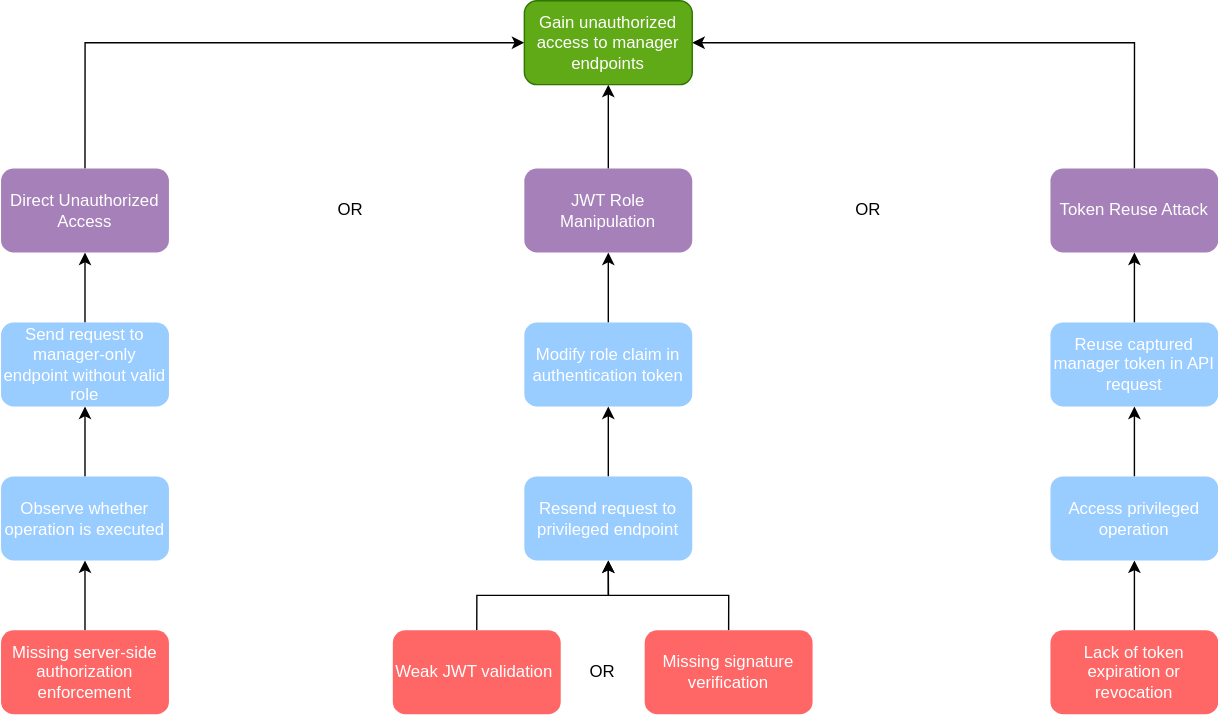
The draw.io diagram docs/attack-trees/joao1220663/svg/Broken_Authorization_Product_Attack_Tree.drawio.svg in mei-desofs/desofs2026-thu_crr_1, before a commit. Source tidied: cells renumbered, new cells last; positions are measured from the earlier drawing's top-left corner, leaving out a move shared by most shapes.
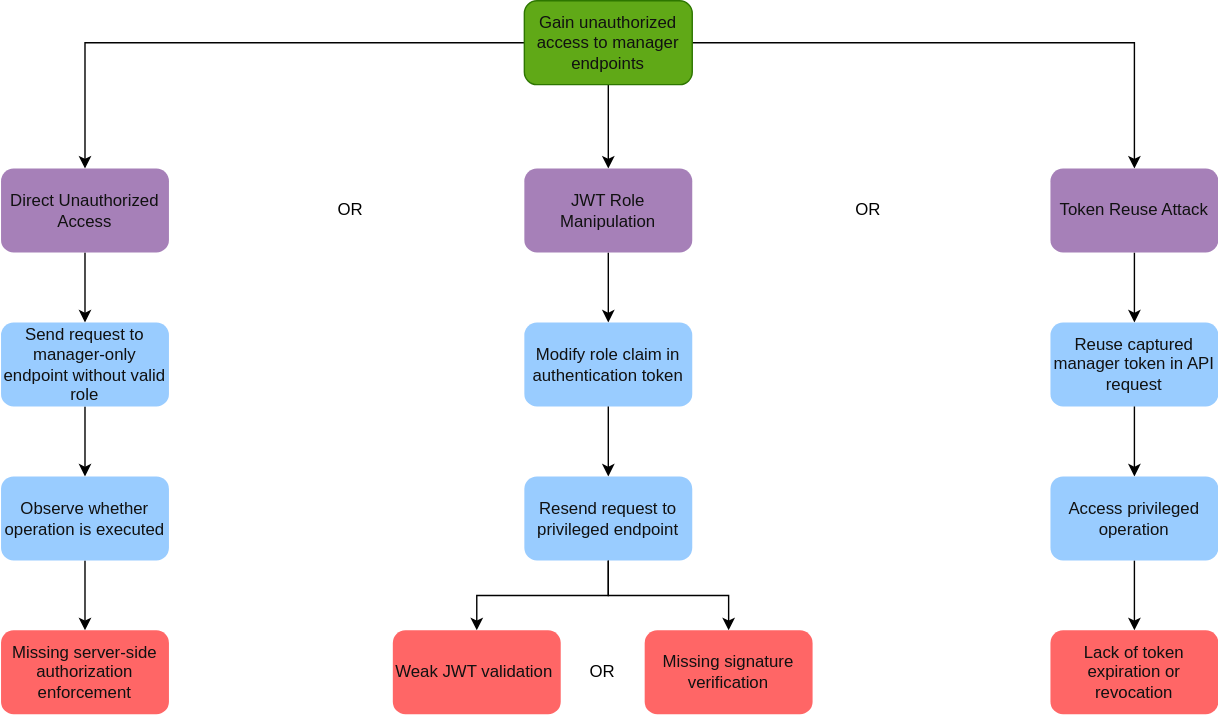
Later version of the same file.

Change to the diagram source:
```diff
@@ -2,70 +2,68 @@
   <root>
     <mxCell id="0" />
     <mxCell id="1" parent="0" />
-    <mxCell id="2" style="edgeStyle=orthogonalEdgeStyle;rounded=0;jettySize=auto;html=1;exitX=0.5;exitY=0;exitDx=0;exitDy=0;entryX=0;entryY=0.5;entryDx=0;entryDy=0;" parent="1" edge="1" source="10" target="9">
+    <mxCell id="2" style="edgeStyle=orthogonalEdgeStyle;rounded=0;jettySize=auto;html=1;exitX=0;exitY=0.5;exitDx=0;exitDy=0;entryX=0.5;entryY=0;entryDx=0;entryDy=0;" parent="1" edge="1" source="9" target="10">
       <mxGeometry relative="1" as="geometry">
         <Array as="points">
           <mxPoint x="60" y="30" />
         </Array>
       </mxGeometry>
     </mxCell>
-    <mxCell id="3" style="edgeStyle=orthogonalEdgeStyle;rounded=0;jettySize=auto;html=1;exitX=0.5;exitY=0;exitDx=0;exitDy=0;entryX=0.5;entryY=1;entryDx=0;entryDy=0;" parent="1" edge="1" source="11" target="9">
+    <mxCell id="3" style="edgeStyle=orthogonalEdgeStyle;rounded=0;jettySize=auto;html=1;exitX=0.5;exitY=1;exitDx=0;exitDy=0;entryX=0.5;entryY=0;entryDx=0;entryDy=0;" parent="1" edge="1" source="9" target="11">
       <mxGeometry relative="1" as="geometry" />
     </mxCell>
-    <mxCell id="4" style="edgeStyle=orthogonalEdgeStyle;rounded=0;jettySize=auto;html=1;exitX=0.5;exitY=0;exitDx=0;exitDy=0;entryX=1;entryY=0.5;entryDx=0;entryDy=0;" parent="1" edge="1" source="12" target="9">
+    <mxCell id="4" style="edgeStyle=orthogonalEdgeStyle;rounded=0;jettySize=auto;html=1;exitX=1;exitY=0.5;exitDx=0;exitDy=0;entryX=0.5;entryY=0;entryDx=0;entryDy=0;" parent="1" edge="1" source="9" target="12">
       <mxGeometry relative="1" as="geometry" />
     </mxCell>
-    <mxCell id="5" style="edgeStyle=orthogonalEdgeStyle;rounded=0;jettySize=auto;html=1;exitX=0.5;exitY=0;exitDx=0;exitDy=0;" parent="1" edge="1" source="13">
-      <mxGeometry relative="1" as="geometry">
-        <mxPoint x="60" y="180" as="targetPoint" />
-      </mxGeometry>
+    <mxCell id="5" style="edgeStyle=orthogonalEdgeStyle;rounded=0;jettySize=auto;html=1;exitX=0.5;exitY=1;exitDx=0;exitDy=0;entryX=0.5;entryY=0;entryDx=0;entryDy=0;" parent="1" edge="1" source="10" target="13">
+      <mxGeometry relative="1" as="geometry" />
     </mxCell>
-    <mxCell id="6" style="edgeStyle=orthogonalEdgeStyle;rounded=0;jettySize=auto;html=1;exitX=0.5;exitY=0;exitDx=0;exitDy=0;entryX=0.5;entryY=1;entryDx=0;entryDy=0;" parent="1" edge="1" source="24" target="13">
+    <mxCell id="6" style="edgeStyle=orthogonalEdgeStyle;rounded=0;jettySize=auto;html=1;exitX=0.5;exitY=1;exitDx=0;exitDy=0;entryX=0.5;entryY=0;entryDx=0;entryDy=0;" parent="1" edge="1" source="13" target="24">
       <mxGeometry relative="1" as="geometry" />
     </mxCell>
-    <mxCell id="7" style="edgeStyle=orthogonalEdgeStyle;rounded=0;jettySize=auto;html=1;exitX=0.5;exitY=0;exitDx=0;exitDy=0;entryX=0.5;entryY=1;entryDx=0;entryDy=0;" parent="1" edge="1" source="14" target="11">
+    <mxCell id="7" style="edgeStyle=orthogonalEdgeStyle;rounded=0;jettySize=auto;html=1;exitX=0.5;exitY=1;exitDx=0;exitDy=0;entryX=0.5;entryY=0;entryDx=0;entryDy=0;" parent="1" edge="1" source="11" target="14">
       <mxGeometry relative="1" as="geometry" />
     </mxCell>
-    <mxCell id="8" style="edgeStyle=orthogonalEdgeStyle;rounded=0;jettySize=auto;html=1;exitX=0.5;exitY=0;exitDx=0;exitDy=0;entryX=0.5;entryY=1;entryDx=0;entryDy=0;" parent="1" edge="1" source="15" target="12">
+    <mxCell id="8" style="edgeStyle=orthogonalEdgeStyle;rounded=0;jettySize=auto;html=1;exitX=0.5;exitY=1;exitDx=0;exitDy=0;entryX=0.5;entryY=0;entryDx=0;entryDy=0;" parent="1" edge="1" source="12" target="15">
       <mxGeometry relative="1" as="geometry" />
     </mxCell>
-    <mxCell id="9" value="Gain unauthorized access to manager endpoints" style="rounded=1;whiteSpace=wrap;html=1;fillColor=#60a917;strokeColor=#2D7600;fontColor=#ffffff;" parent="1" vertex="1">
+    <mxCell id="9" value="Gain unauthorized access to manager endpoints" style="rounded=1;whiteSpace=wrap;html=1;fillColor=#60a917;strokeColor=#2D7600;fontColor=#111111;" parent="1" vertex="1">
       <mxGeometry x="374" width="120" height="60" as="geometry" />
     </mxCell>
-    <mxCell id="10" value="Direct Unauthorized Access" style="rounded=1;whiteSpace=wrap;html=1;fillColor=#A680B8;strokeColor=none;fontColor=#FFFFFF;" parent="1" vertex="1">
+    <mxCell id="10" value="Direct Unauthorized Access" style="rounded=1;whiteSpace=wrap;html=1;fillColor=#A680B8;strokeColor=none;fontColor=#111111;" parent="1" vertex="1">
       <mxGeometry y="120" width="120" height="60" as="geometry" />
     </mxCell>
-    <mxCell id="11" value="JWT Role Manipulation" style="rounded=1;whiteSpace=wrap;html=1;fillColor=#A680B8;strokeColor=none;fontColor=#FFFFFF;" parent="1" vertex="1">
+    <mxCell id="11" value="JWT Role Manipulation" style="rounded=1;whiteSpace=wrap;html=1;fillColor=#A680B8;strokeColor=none;fontColor=#111111;" parent="1" vertex="1">
       <mxGeometry x="374" y="120" width="120" height="60" as="geometry" />
     </mxCell>
-    <mxCell id="12" value="Token Reuse Attack" style="rounded=1;whiteSpace=wrap;html=1;fillColor=#A680B8;strokeColor=none;fontColor=#FFFFFF;" parent="1" vertex="1">
+    <mxCell id="12" value="Token Reuse Attack" style="rounded=1;whiteSpace=wrap;html=1;fillColor=#A680B8;strokeColor=none;fontColor=#111111;" parent="1" vertex="1">
       <mxGeometry x="750" y="120" width="120" height="60" as="geometry" />
     </mxCell>
-    <mxCell id="13" value="&lt;div style=&quot;&quot;&gt;Send request to manager-only endpoint without valid role&lt;/div&gt;" style="rounded=1;whiteSpace=wrap;html=1;fillColor=#99CCFF;align=center;strokeColor=none;fontColor=#FFFFFF;" parent="1" vertex="1">
+    <mxCell id="13" value="&lt;div style=&quot;&quot;&gt;Send request to manager-only endpoint without valid role&lt;/div&gt;" style="rounded=1;whiteSpace=wrap;html=1;fillColor=#99CCFF;align=center;strokeColor=none;fontColor=#111111;" parent="1" vertex="1">
       <mxGeometry y="230" width="120" height="60" as="geometry" />
     </mxCell>
-    <mxCell id="14" value="Modify role claim in authentication token" style="rounded=1;whiteSpace=wrap;html=1;fillColor=#99CCFF;strokeColor=none;fontColor=#FFFFFF;" parent="1" vertex="1">
+    <mxCell id="14" value="Modify role claim in authentication token" style="rounded=1;whiteSpace=wrap;html=1;fillColor=#99CCFF;strokeColor=none;fontColor=#111111;" parent="1" vertex="1">
       <mxGeometry x="374" y="230" width="120" height="60" as="geometry" />
     </mxCell>
-    <mxCell id="15" value="Reuse captured manager token in API request" style="rounded=1;whiteSpace=wrap;html=1;fillColor=#99CCFF;strokeColor=none;fontColor=#FFFFFF;" parent="1" vertex="1">
+    <mxCell id="15" value="Reuse captured manager token in API request" style="rounded=1;whiteSpace=wrap;html=1;fillColor=#99CCFF;strokeColor=none;fontColor=#111111;" parent="1" vertex="1">
       <mxGeometry x="750" y="230" width="120" height="60" as="geometry" />
     </mxCell>
-    <mxCell id="16" style="edgeStyle=orthogonalEdgeStyle;rounded=0;jettySize=auto;html=1;exitX=0.5;exitY=0;exitDx=0;exitDy=0;entryX=0.5;entryY=1;entryDx=0;entryDy=0;" parent="1" edge="1" source="17" target="24">
+    <mxCell id="16" style="edgeStyle=orthogonalEdgeStyle;rounded=0;jettySize=auto;html=1;exitX=0.5;exitY=1;exitDx=0;exitDy=0;entryX=0.5;entryY=0;entryDx=0;entryDy=0;" parent="1" edge="1" source="24" target="17">
       <mxGeometry relative="1" as="geometry" />
     </mxCell>
-    <mxCell id="17" value="Missing server-side authorization enforcement" style="rounded=1;whiteSpace=wrap;html=1;fillColor=#FF6666;strokeColor=none;fontColor=#FFFFFF;" parent="1" vertex="1">
+    <mxCell id="17" value="Missing server-side authorization enforcement" style="rounded=1;whiteSpace=wrap;html=1;fillColor=#FF6666;strokeColor=none;fontColor=#111111;" parent="1" vertex="1">
       <mxGeometry y="450" width="120" height="60" as="geometry" />
     </mxCell>
-    <mxCell id="18" style="edgeStyle=orthogonalEdgeStyle;rounded=0;jettySize=auto;html=1;exitX=0.5;exitY=0;exitDx=0;exitDy=0;entryX=0.5;entryY=1;entryDx=0;entryDy=0;" parent="1" edge="1" source="19" target="26">
+    <mxCell id="18" style="edgeStyle=orthogonalEdgeStyle;rounded=0;jettySize=auto;html=1;exitX=0.5;exitY=1;exitDx=0;exitDy=0;entryX=0.5;entryY=0;entryDx=0;entryDy=0;" parent="1" edge="1" source="26" target="19">
       <mxGeometry relative="1" as="geometry" />
     </mxCell>
-    <mxCell id="19" value="Weak JWT validation&amp;nbsp;" style="rounded=1;whiteSpace=wrap;html=1;fillColor=#FF6666;strokeColor=none;fontColor=#FFFFFF;" parent="1" vertex="1">
+    <mxCell id="19" value="Weak JWT validation&amp;nbsp;" style="rounded=1;whiteSpace=wrap;html=1;fillColor=#FF6666;strokeColor=none;fontColor=#111111;" parent="1" vertex="1">
       <mxGeometry x="280" y="450" width="120" height="60" as="geometry" />
     </mxCell>
-    <mxCell id="20" style="edgeStyle=orthogonalEdgeStyle;rounded=0;jettySize=auto;html=1;exitX=0.5;exitY=0;exitDx=0;exitDy=0;entryX=0.5;entryY=1;entryDx=0;entryDy=0;" parent="1" edge="1" source="21" target="28">
+    <mxCell id="20" style="edgeStyle=orthogonalEdgeStyle;rounded=0;jettySize=auto;html=1;exitX=0.5;exitY=1;exitDx=0;exitDy=0;entryX=0.5;entryY=0;entryDx=0;entryDy=0;" parent="1" edge="1" source="28" target="21">
       <mxGeometry relative="1" as="geometry" />
     </mxCell>
-    <mxCell id="21" value="Lack of token expiration or revocation" style="rounded=1;whiteSpace=wrap;html=1;fillColor=#FF6666;strokeColor=none;fontColor=#FFFFFF;" parent="1" vertex="1">
+    <mxCell id="21" value="Lack of token expiration or revocation" style="rounded=1;whiteSpace=wrap;html=1;fillColor=#FF6666;strokeColor=none;fontColor=#111111;" parent="1" vertex="1">
       <mxGeometry x="750" y="450" width="120" height="60" as="geometry" />
     </mxCell>
     <mxCell id="22" value="OR" style="text;html=1;whiteSpace=wrap;strokeColor=none;fillColor=none;align=center;verticalAlign=middle;rounded=0;" parent="1" vertex="1">
@@ -74,25 +72,30 @@
     <mxCell id="23" value="OR" style="text;html=1;whiteSpace=wrap;strokeColor=none;fillColor=none;align=center;verticalAlign=middle;rounded=0;" parent="1" vertex="1">
       <mxGeometry x="590" y="135" width="60" height="30" as="geometry" />
     </mxCell>
-    <mxCell id="24" value="&lt;div style=&quot;&quot;&gt;Observe whether operation is executed&lt;/div&gt;" style="rounded=1;whiteSpace=wrap;html=1;fillColor=#99CCFF;align=center;strokeColor=none;fontColor=#FFFFFF;" parent="1" vertex="1">
+    <mxCell id="24" value="&lt;div style=&quot;&quot;&gt;Observe whether operation is executed&lt;/div&gt;" style="rounded=1;whiteSpace=wrap;html=1;fillColor=#99CCFF;align=center;strokeColor=none;fontColor=#111111;" parent="1" vertex="1">
       <mxGeometry y="340" width="120" height="60" as="geometry" />
     </mxCell>
-    <mxCell id="25" style="edgeStyle=orthogonalEdgeStyle;rounded=0;jettySize=auto;html=1;exitX=0.5;exitY=0;exitDx=0;exitDy=0;" parent="1" edge="1" source="26" target="14">
-      <mxGeometry relative="1" as="geometry" />
+    <mxCell id="25" style="edgeStyle=orthogonalEdgeStyle;rounded=0;jettySize=auto;html=1;exitX=0.5;exitY=1;exitDx=0;exitDy=0;entryX=0.5;entryY=0;entryDx=0;entryDy=0;" parent="1" edge="1" source="14" target="26">
+      <mxGeometry relative="1" as="geometry">
+        <Array as="points">
+          <mxPoint x="434" y="320" />
+          <mxPoint x="434" y="320" />
+        </Array>
+      </mxGeometry>
     </mxCell>
-    <mxCell id="26" value="&lt;div style=&quot;&quot;&gt;Resend request to privileged endpoint&lt;/div&gt;" style="rounded=1;whiteSpace=wrap;html=1;fillColor=#99CCFF;align=center;strokeColor=none;fontColor=#FFFFFF;" parent="1" vertex="1">
+    <mxCell id="26" value="&lt;div style=&quot;&quot;&gt;Resend request to privileged endpoint&lt;/div&gt;" style="rounded=1;whiteSpace=wrap;html=1;fillColor=#99CCFF;align=center;strokeColor=none;fontColor=#111111;" parent="1" vertex="1">
       <mxGeometry x="374" y="340" width="120" height="60" as="geometry" />
     </mxCell>
-    <mxCell id="27" style="edgeStyle=orthogonalEdgeStyle;rounded=0;jettySize=auto;html=1;exitX=0.5;exitY=0;exitDx=0;exitDy=0;" parent="1" edge="1" source="28" target="15">
+    <mxCell id="27" style="edgeStyle=orthogonalEdgeStyle;rounded=0;jettySize=auto;html=1;exitX=0.5;exitY=1;exitDx=0;exitDy=0;entryX=0.5;entryY=0;entryDx=0;entryDy=0;" parent="1" edge="1" source="15" target="28">
       <mxGeometry relative="1" as="geometry" />
     </mxCell>
-    <mxCell id="28" value="&lt;div style=&quot;&quot;&gt;Access privileged operation&lt;/div&gt;" style="rounded=1;whiteSpace=wrap;html=1;fillColor=#99CCFF;align=center;strokeColor=none;fontColor=#FFFFFF;" parent="1" vertex="1">
+    <mxCell id="28" value="&lt;div style=&quot;&quot;&gt;Access privileged operation&lt;/div&gt;" style="rounded=1;whiteSpace=wrap;html=1;fillColor=#99CCFF;align=center;strokeColor=none;fontColor=#111111;" parent="1" vertex="1">
       <mxGeometry x="750" y="340" width="120" height="60" as="geometry" />
     </mxCell>
-    <mxCell id="29" style="edgeStyle=orthogonalEdgeStyle;rounded=0;jettySize=auto;html=1;exitX=0.5;exitY=0;exitDx=0;exitDy=0;entryX=0.5;entryY=1;entryDx=0;entryDy=0;" parent="1" edge="1" source="30" target="26">
+    <mxCell id="29" style="edgeStyle=orthogonalEdgeStyle;rounded=0;jettySize=auto;html=1;exitX=0.5;exitY=1;exitDx=0;exitDy=0;entryX=0.5;entryY=0;entryDx=0;entryDy=0;" parent="1" edge="1" source="26" target="30">
       <mxGeometry relative="1" as="geometry" />
     </mxCell>
-    <mxCell id="30" value="Missing signature verification" style="rounded=1;whiteSpace=wrap;html=1;fillColor=#FF6666;strokeColor=none;fontColor=#FFFFFF;" parent="1" vertex="1">
+    <mxCell id="30" value="Missing signature verification" style="rounded=1;whiteSpace=wrap;html=1;fillColor=#FF6666;strokeColor=none;fontColor=#111111;" parent="1" vertex="1">
       <mxGeometry x="460" y="450" width="120" height="60" as="geometry" />
     </mxCell>
     <mxCell id="31" value="OR" style="text;html=1;whiteSpace=wrap;strokeColor=none;fillColor=none;align=center;verticalAlign=middle;rounded=0;" parent="1" vertex="1">
```
